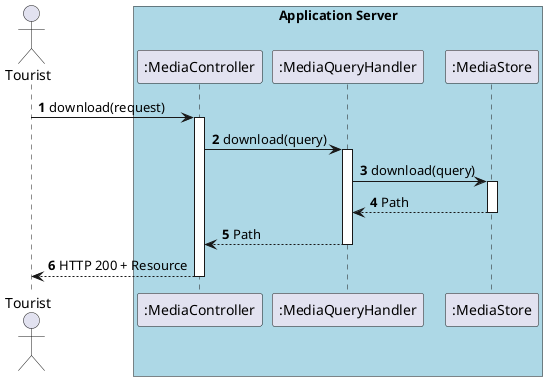
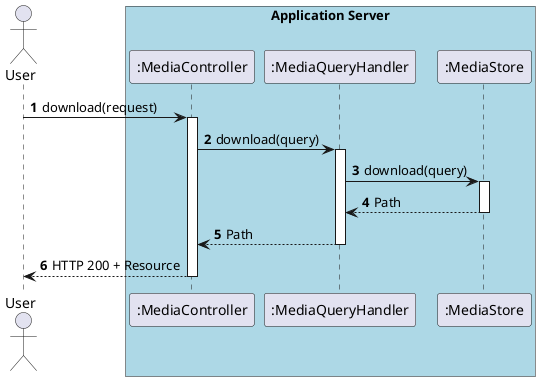
@startuml
autonumber

- actor "Tourist" as user
+ actor "User" as user
box "Application Server" #LightBlue
    participant ":MediaController" as controller
    participant ":MediaQueryHandler" as handler
    participant ":MediaStore" as projection
end box

user -> controller : download(request)
activate controller

controller -> handler : download(query)
activate handler

handler -> projection : download(query)
activate projection
projection --> handler : Path
deactivate projection

handler --> controller : Path
deactivate handler

controller --> user : HTTP 200 + Resource
deactivate controller

@enduml